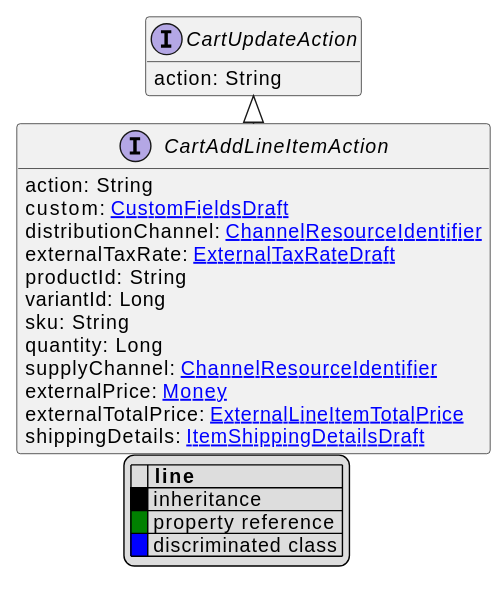
Earlier version of the PlantUML export uml/api/svg/CartAddLineItemAction.svg (commercetools/commercetools-api-reference).
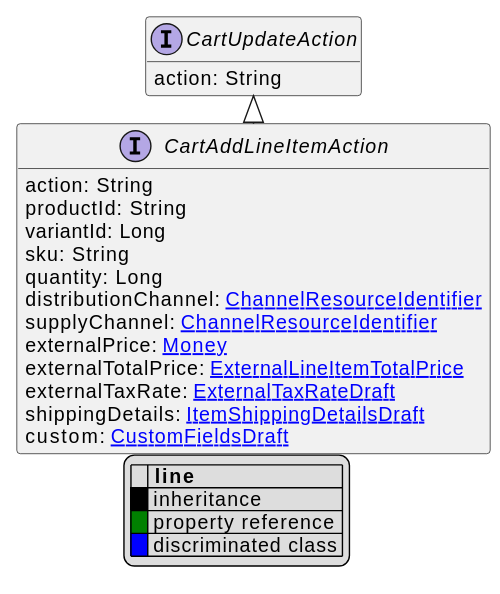
Above is the later version.

Diff of the diagram source:
```diff
@@ -10,17 +10,17 @@
 endlegend
 interface CartAddLineItemAction [[CartAddLineItemAction.svg]] extends CartUpdateAction {
     action: String
-    custom: [[CustomFieldsDraft.svg CustomFieldsDraft]]
-    distributionChannel: [[ChannelResourceIdentifier.svg ChannelResourceIdentifier]]
-    externalTaxRate: [[ExternalTaxRateDraft.svg ExternalTaxRateDraft]]
     productId: String
     variantId: Long
     sku: String
     quantity: Long
+    distributionChannel: [[ChannelResourceIdentifier.svg ChannelResourceIdentifier]]
     supplyChannel: [[ChannelResourceIdentifier.svg ChannelResourceIdentifier]]
     externalPrice: [[Money.svg Money]]
     externalTotalPrice: [[ExternalLineItemTotalPrice.svg ExternalLineItemTotalPrice]]
+    externalTaxRate: [[ExternalTaxRateDraft.svg ExternalTaxRateDraft]]
     shippingDetails: [[ItemShippingDetailsDraft.svg ItemShippingDetailsDraft]]
+    custom: [[CustomFieldsDraft.svg CustomFieldsDraft]]
 }
 interface CartUpdateAction [[CartUpdateAction.svg]]  {
     action: String
```
